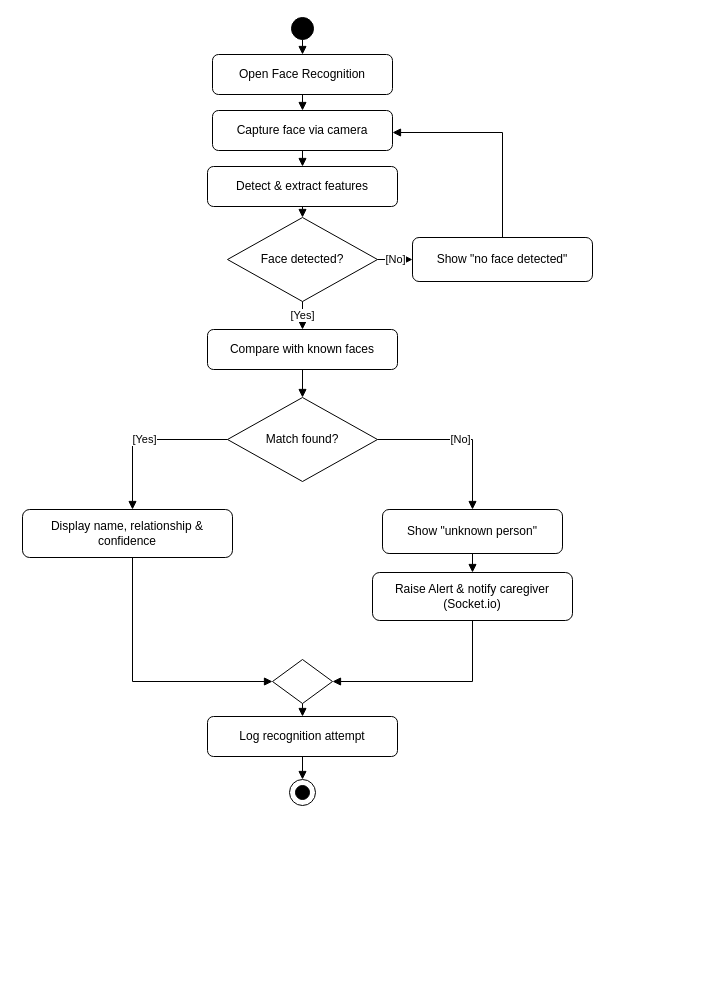
The draw.io diagram docs/diagrams/activity-face-recognition.drawio.xml in Iraj-Shahzad/memoracare-, before the edit. Source tidied: cells renumbered, new cells numbered last; positions are measured from the earlier drawing's top-left corner, leaving out a move shared by most shapes. Both pictures are drawn from the tidied source at 100%, with x=0, y=0 at pixel (22, 17).
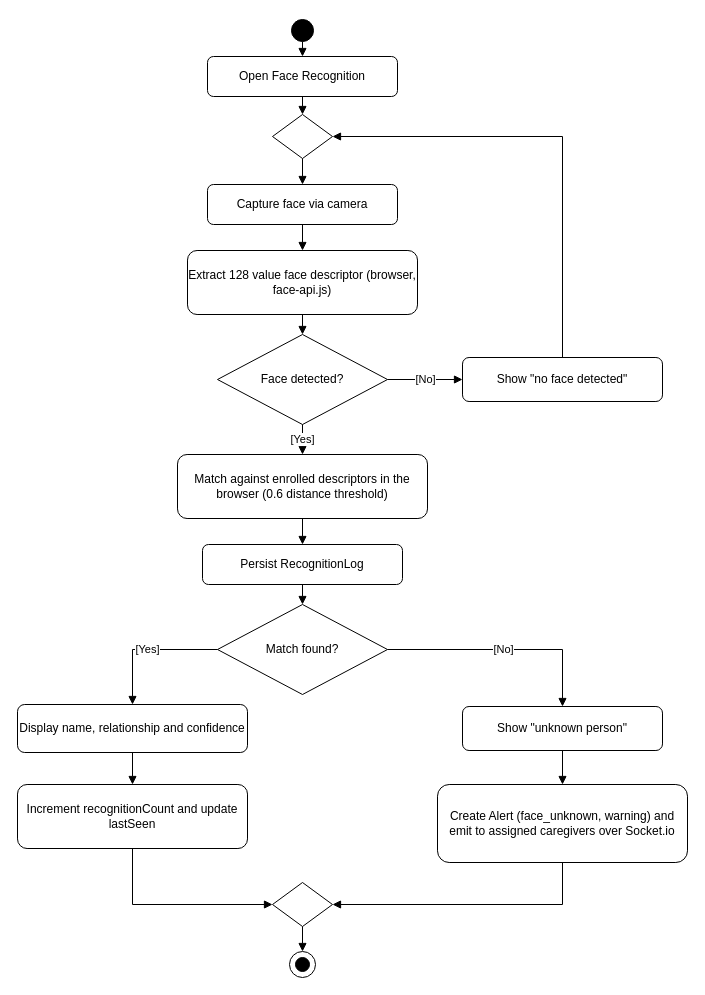
The same diagram, later.

The edit, as a diff of the source:
```diff
@@
     <mxCell id="2" style="ellipse;html=1;fillColor=#000000;strokeColor=#000000;" parent="1" vertex="1">
-      <mxGeometry x="269" width="22" height="22" as="geometry" />
+      <mxGeometry x="269" y="2" width="22" height="22" as="geometry" />
     </mxCell>
-    <mxCell id="3" value="Open Face Recognition" style="rounded=1;whiteSpace=wrap;html=1;fillColor=#ffffff;" parent="1" vertex="1">
-      <mxGeometry x="190" y="37" width="180" height="40" as="geometry" />
+    <mxCell id="3" value="Open Face Recognition" style="rounded=1;whiteSpace=wrap;html=1;fillColor=#ffffff;strokeColor=#000000;" parent="1" vertex="1">
+      <mxGeometry x="185" y="39" width="190" height="40" as="geometry" />
     </mxCell>
+    <mxCell id="32" style="rhombus;whiteSpace=wrap;html=1;fillColor=#ffffff;strokeColor=#000000;" parent="1" vertex="1">
+      <mxGeometry x="250" y="97" width="60" height="44" as="geometry" />
+    </mxCell>
-    <mxCell id="4" value="Capture face via camera" style="rounded=1;whiteSpace=wrap;html=1;fillColor=#ffffff;" parent="1" vertex="1">
-      <mxGeometry x="190" y="93" width="180" height="40" as="geometry" />
+    <mxCell id="4" value="Capture face via camera" style="rounded=1;whiteSpace=wrap;html=1;fillColor=#ffffff;strokeColor=#000000;" parent="1" vertex="1">
+      <mxGeometry x="185" y="167" width="190" height="40" as="geometry" />
     </mxCell>
-    <mxCell id="5" value="Detect &amp; extract features" style="rounded=1;whiteSpace=wrap;html=1;fillColor=#ffffff;" parent="1" vertex="1">
-      <mxGeometry x="185" y="149" width="190" height="40" as="geometry" />
+    <mxCell id="5" value="Extract 128 value face descriptor (browser, face-api.js)" style="rounded=1;whiteSpace=wrap;html=1;fillColor=#ffffff;strokeColor=#000000;" parent="1" vertex="1">
+      <mxGeometry x="165" y="233" width="230" height="64" as="geometry" />
     </mxCell>
-    <mxCell id="6" value="Face detected?" style="rhombus;whiteSpace=wrap;html=1;fillColor=#ffffff;" parent="1" vertex="1">
-      <mxGeometry x="205" y="200" width="150" height="84" as="geometry" />
+    <mxCell id="6" value="Face detected?" style="rhombus;whiteSpace=wrap;html=1;fillColor=#ffffff;strokeColor=#000000;" parent="1" vertex="1">
+      <mxGeometry x="195" y="317" width="170" height="90" as="geometry" />
     </mxCell>
-    <mxCell id="7" value="Show &quot;no face detected&quot;" style="rounded=1;whiteSpace=wrap;html=1;fillColor=#ffffff;" parent="1" vertex="1">
-      <mxGeometry x="390" y="220" width="180" height="44" as="geometry" />
+    <mxCell id="7" value="Show &quot;no face detected&quot;" style="rounded=1;whiteSpace=wrap;html=1;fillColor=#ffffff;strokeColor=#000000;" parent="1" vertex="1">
+      <mxGeometry x="440" y="340" width="200" height="44" as="geometry" />
     </mxCell>
-    <mxCell id="8" value="Compare with known faces" style="rounded=1;whiteSpace=wrap;html=1;fillColor=#ffffff;" parent="1" vertex="1">
-      <mxGeometry x="185" y="312" width="190" height="40" as="geometry" />
+    <mxCell id="8" value="Match against enrolled descriptors in the browser (0.6 distance threshold)" style="rounded=1;whiteSpace=wrap;html=1;fillColor=#ffffff;strokeColor=#000000;" parent="1" vertex="1">
+      <mxGeometry x="155" y="437" width="250" height="64" as="geometry" />
     </mxCell>
+    <mxCell id="14" value="Persist RecognitionLog" style="rounded=1;whiteSpace=wrap;html=1;fillColor=#ffffff;strokeColor=#000000;" parent="1" vertex="1">
+      <mxGeometry x="180" y="527" width="200" height="40" as="geometry" />
+    </mxCell>
-    <mxCell id="9" value="Match found?" style="rhombus;whiteSpace=wrap;html=1;fillColor=#ffffff;" parent="1" vertex="1">
-      <mxGeometry x="205" y="380" width="150" height="84" as="geometry" />
+    <mxCell id="9" value="Match found?" style="rhombus;whiteSpace=wrap;html=1;fillColor=#ffffff;strokeColor=#000000;" parent="1" vertex="1">
+      <mxGeometry x="195" y="587" width="170" height="90" as="geometry" />
     </mxCell>
-    <mxCell id="10" value="Display name, relationship &amp; confidence" style="rounded=1;whiteSpace=wrap;html=1;fillColor=#ffffff;" parent="1" vertex="1">
-      <mxGeometry y="492" width="210" height="48" as="geometry" />
+    <mxCell id="10" value="Display name, relationship and confidence" style="rounded=1;whiteSpace=wrap;html=1;fillColor=#ffffff;strokeColor=#000000;" parent="1" vertex="1">
+      <mxGeometry x="-5" y="687" width="230" height="48" as="geometry" />
     </mxCell>
+    <mxCell id="33" value="Increment recognitionCount and update lastSeen" style="rounded=1;whiteSpace=wrap;html=1;fillColor=#ffffff;strokeColor=#000000;" parent="1" vertex="1">
+      <mxGeometry x="-5" y="767" width="230" height="64" as="geometry" />
+    </mxCell>
-    <mxCell id="11" value="Show &quot;unknown person&quot;" style="rounded=1;whiteSpace=wrap;html=1;fillColor=#ffffff;" parent="1" vertex="1">
-      <mxGeometry x="360" y="492" width="180" height="44" as="geometry" />
+    <mxCell id="11" value="Show &quot;unknown person&quot;" style="rounded=1;whiteSpace=wrap;html=1;fillColor=#ffffff;strokeColor=#000000;" parent="1" vertex="1">
+      <mxGeometry x="440" y="689" width="200" height="44" as="geometry" />
     </mxCell>
-    <mxCell id="12" value="Raise Alert &amp; notify caregiver (Socket.io)" style="rounded=1;whiteSpace=wrap;html=1;fillColor=#ffffff;" parent="1" vertex="1">
-      <mxGeometry x="350" y="555" width="200" height="48" as="geometry" />
+    <mxCell id="12" value="Create Alert (face_unknown, warning) and emit to assigned caregivers over Socket.io" style="rounded=1;whiteSpace=wrap;html=1;fillColor=#ffffff;strokeColor=#000000;" parent="1" vertex="1">
+      <mxGeometry x="415" y="767" width="250" height="78" as="geometry" />
     </mxCell>
-    <mxCell id="13" style="rhombus;whiteSpace=wrap;html=1;fillColor=#ffffff;" parent="1" vertex="1">
-      <mxGeometry x="250" y="642" width="60" height="44" as="geometry" />
+    <mxCell id="13" style="rhombus;whiteSpace=wrap;html=1;fillColor=#ffffff;strokeColor=#000000;" parent="1" vertex="1">
+      <mxGeometry x="250" y="865" width="60" height="44" as="geometry" />
     </mxCell>
-    <mxCell id="14" value="Log recognition attempt" style="rounded=1;whiteSpace=wrap;html=1;fillColor=#ffffff;" parent="1" vertex="1">
-      <mxGeometry x="185" y="699" width="190" height="40" as="geometry" />
-    </mxCell>
     <mxCell id="15" style="ellipse;html=1;fillColor=#ffffff;strokeColor=#000000;" parent="1" vertex="1">
-      <mxGeometry x="267" y="762" width="26" height="26" as="geometry" />
+      <mxGeometry x="267" y="934" width="26" height="26" as="geometry" />
     </mxCell>
     <mxCell id="16" style="ellipse;html=1;fillColor=#000000;strokeColor=#000000;" parent="1" vertex="1">
-      <mxGeometry x="273" y="768" width="14" height="14" as="geometry" />
+      <mxGeometry x="273" y="940" width="14" height="14" as="geometry" />
     </mxCell>
-    <mxCell id="17" style="endArrow=block;html=1;" parent="1" edge="1" source="2" target="3">
+    <mxCell id="17" style="endArrow=block;html=1;edgeStyle=orthogonalEdgeStyle;rounded=0;exitX=0.5;exitY=1;entryX=0.5;entryY=0;" parent="1" edge="1" source="2" target="3">
       <mxGeometry relative="1" as="geometry" />
     </mxCell>
-    <mxCell id="18" style="endArrow=block;html=1;" parent="1" edge="1" source="3" target="4">
+    <mxCell id="18" style="endArrow=block;html=1;edgeStyle=orthogonalEdgeStyle;rounded=0;exitX=0.5;exitY=1;entryX=0.5;entryY=0;" parent="1" edge="1" source="3" target="32">
       <mxGeometry relative="1" as="geometry" />
     </mxCell>
+    <mxCell id="34" style="endArrow=block;html=1;edgeStyle=orthogonalEdgeStyle;rounded=0;exitX=0.5;exitY=1;entryX=0.5;entryY=0;" parent="1" edge="1" source="32" target="4">
+      <mxGeometry relative="1" as="geometry" />
+    </mxCell>
-    <mxCell id="19" style="endArrow=block;html=1;" parent="1" edge="1" source="4" target="5">
+    <mxCell id="19" style="endArrow=block;html=1;edgeStyle=orthogonalEdgeStyle;rounded=0;exitX=0.5;exitY=1;entryX=0.5;entryY=0;" parent="1" edge="1" source="4" target="5">
       <mxGeometry relative="1" as="geometry" />
     </mxCell>
-    <mxCell id="20" style="endArrow=block;html=1;" parent="1" edge="1" source="5" target="6">
+    <mxCell id="20" style="endArrow=block;html=1;edgeStyle=orthogonalEdgeStyle;rounded=0;exitX=0.5;exitY=1;entryX=0.5;entryY=0;" parent="1" edge="1" source="5" target="6">
       <mxGeometry relative="1" as="geometry" />
     </mxCell>
-    <mxCell id="21" value="[No]" style="endArrow=block;html=1;edgeStyle=orthogonalEdgeStyle;rounded=0;" parent="1" edge="1" source="6" target="7">
+    <mxCell id="21" value="[No]" style="endArrow=block;html=1;edgeStyle=orthogonalEdgeStyle;rounded=0;exitX=1;exitY=0.5;entryX=0;entryY=0.5;" parent="1" edge="1" source="6" target="7">
       <mxGeometry relative="1" as="geometry" />
     </mxCell>
-    <mxCell id="22" style="endArrow=block;html=1;edgeStyle=orthogonalEdgeStyle;rounded=0;" parent="1" edge="1" source="7" target="4">
+    <mxCell id="22" style="endArrow=block;html=1;edgeStyle=orthogonalEdgeStyle;rounded=0;exitX=0.5;exitY=0;entryX=1;entryY=0.5;" parent="1" edge="1" source="7" target="32">
       <mxGeometry relative="1" as="geometry">
         <Array as="points">
-          <mxPoint x="480" y="115" />
+          <mxPoint x="540" y="119" />
         </Array>
       </mxGeometry>
     </mxCell>
-    <mxCell id="23" value="[Yes]" style="endArrow=block;html=1;" parent="1" edge="1" source="6" target="8">
+    <mxCell id="23" value="[Yes]" style="endArrow=block;html=1;edgeStyle=orthogonalEdgeStyle;rounded=0;exitX=0.5;exitY=1;entryX=0.5;entryY=0;" parent="1" edge="1" source="6" target="8">
       <mxGeometry relative="1" as="geometry" />
     </mxCell>
-    <mxCell id="24" style="endArrow=block;html=1;" parent="1" edge="1" source="8" target="9">
+    <mxCell id="24" style="endArrow=block;html=1;edgeStyle=orthogonalEdgeStyle;rounded=0;exitX=0.5;exitY=1;entryX=0.5;entryY=0;" parent="1" edge="1" source="8" target="14">
       <mxGeometry relative="1" as="geometry" />
     </mxCell>
+    <mxCell id="27" style="endArrow=block;html=1;edgeStyle=orthogonalEdgeStyle;rounded=0;exitX=0.5;exitY=1;entryX=0.5;entryY=0;" parent="1" edge="1" source="14" target="9">
+      <mxGeometry relative="1" as="geometry" />
+    </mxCell>
-    <mxCell id="25" value="[Yes]" style="endArrow=block;html=1;edgeStyle=orthogonalEdgeStyle;rounded=0;" parent="1" edge="1" source="9" target="10">
+    <mxCell id="25" value="[Yes]" style="endArrow=block;html=1;edgeStyle=orthogonalEdgeStyle;rounded=0;exitX=0;exitY=0.5;entryX=0.5;entryY=0;" parent="1" edge="1" source="9" target="10">
       <mxGeometry relative="1" as="geometry">
         <Array as="points">
-          <mxPoint x="110" y="422" />
+          <mxPoint x="110" y="632" />
         </Array>
       </mxGeometry>
     </mxCell>
+    <mxCell id="28" style="endArrow=block;html=1;edgeStyle=orthogonalEdgeStyle;rounded=0;exitX=0.5;exitY=1;entryX=0.5;entryY=0;" parent="1" edge="1" source="10" target="33">
+      <mxGeometry relative="1" as="geometry" />
+    </mxCell>
+    <mxCell id="35" style="endArrow=block;html=1;edgeStyle=orthogonalEdgeStyle;rounded=0;exitX=0.5;exitY=1;entryX=0;entryY=0.5;" parent="1" edge="1" source="33" target="13">
+      <mxGeometry relative="1" as="geometry">
+        <Array as="points">
+          <mxPoint x="110" y="887" />
+        </Array>
+      </mxGeometry>
+    </mxCell>
-    <mxCell id="26" value="[No]" style="endArrow=block;html=1;edgeStyle=orthogonalEdgeStyle;rounded=0;" parent="1" edge="1" source="9" target="11">
+    <mxCell id="26" value="[No]" style="endArrow=block;html=1;edgeStyle=orthogonalEdgeStyle;rounded=0;exitX=1;exitY=0.5;entryX=0.5;entryY=0;" parent="1" edge="1" source="9" target="11">
       <mxGeometry relative="1" as="geometry">
         <Array as="points">
-          <mxPoint x="450" y="422" />
+          <mxPoint x="540" y="632" />
         </Array>
       </mxGeometry>
     </mxCell>
-    <mxCell id="27" style="endArrow=block;html=1;edgeStyle=orthogonalEdgeStyle;rounded=0;" parent="1" edge="1" source="10" target="13">
-      <mxGeometry relative="1" as="geometry">
-        <Array as="points">
-          <mxPoint x="110" y="664" />
-        </Array>
-      </mxGeometry>
-    </mxCell>
-    <mxCell id="28" style="endArrow=block;html=1;" parent="1" edge="1" source="11" target="12">
-      <mxGeometry relative="1" as="geometry" />
-    </mxCell>
+    <mxCell id="30" style="endArrow=block;html=1;edgeStyle=orthogonalEdgeStyle;rounded=0;exitX=0.5;exitY=1;entryX=0.5;entryY=0;" parent="1" edge="1" source="11" target="12">
+      <mxGeometry relative="1" as="geometry" />
+    </mxCell>
-    <mxCell id="29" style="endArrow=block;html=1;edgeStyle=orthogonalEdgeStyle;rounded=0;" parent="1" edge="1" source="12" target="13">
+    <mxCell id="29" style="endArrow=block;html=1;edgeStyle=orthogonalEdgeStyle;rounded=0;exitX=0.5;exitY=1;entryX=1;entryY=0.5;" parent="1" edge="1" source="12" target="13">
       <mxGeometry relative="1" as="geometry">
         <Array as="points">
-          <mxPoint x="450" y="664" />
+          <mxPoint x="540" y="887" />
         </Array>
       </mxGeometry>
     </mxCell>
-    <mxCell id="30" style="endArrow=block;html=1;" parent="1" edge="1" source="13" target="14">
-      <mxGeometry relative="1" as="geometry" />
-    </mxCell>
-    <mxCell id="31" style="endArrow=block;html=1;" parent="1" edge="1" source="14" target="15">
+    <mxCell id="31" style="endArrow=block;html=1;edgeStyle=orthogonalEdgeStyle;rounded=0;exitX=0.5;exitY=1;entryX=0.5;entryY=0;" parent="1" edge="1" source="13" target="15">
       <mxGeometry relative="1" as="geometry" />
     </mxCell>
```
